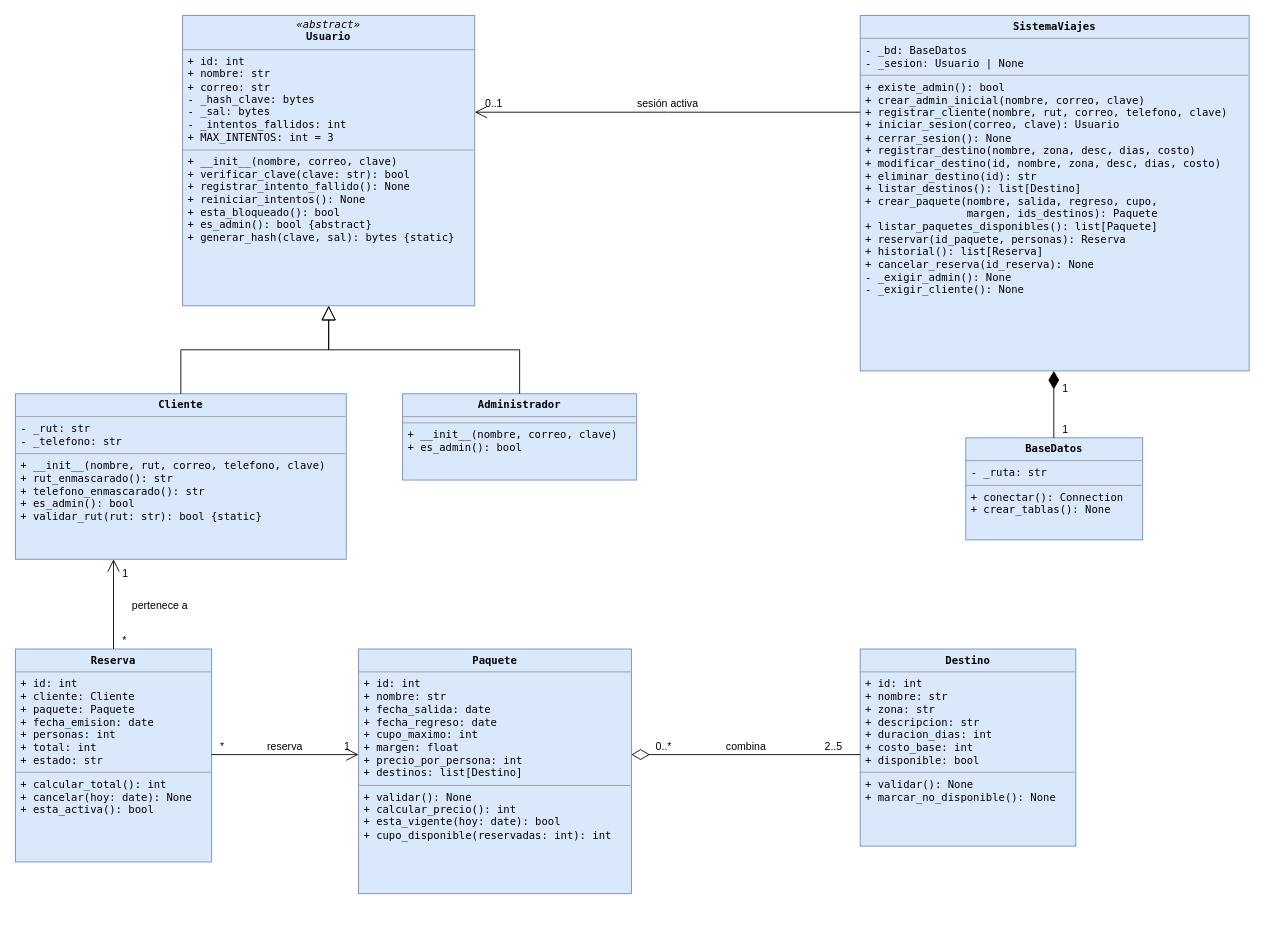
Earlier version of the draw.io diagram diagramas/Clases_ViajesAventura.drawio (claudiomedina01-debug/poo-viajes-aventura). Source tidied: cells renumbered, new cells numbered last; positions are measured from the earlier drawing's top-left corner, leaving out a move shared by most shapes. Both pictures are drawn from the tidied source at 88%, with x=0, y=0 at pixel (15, 15).
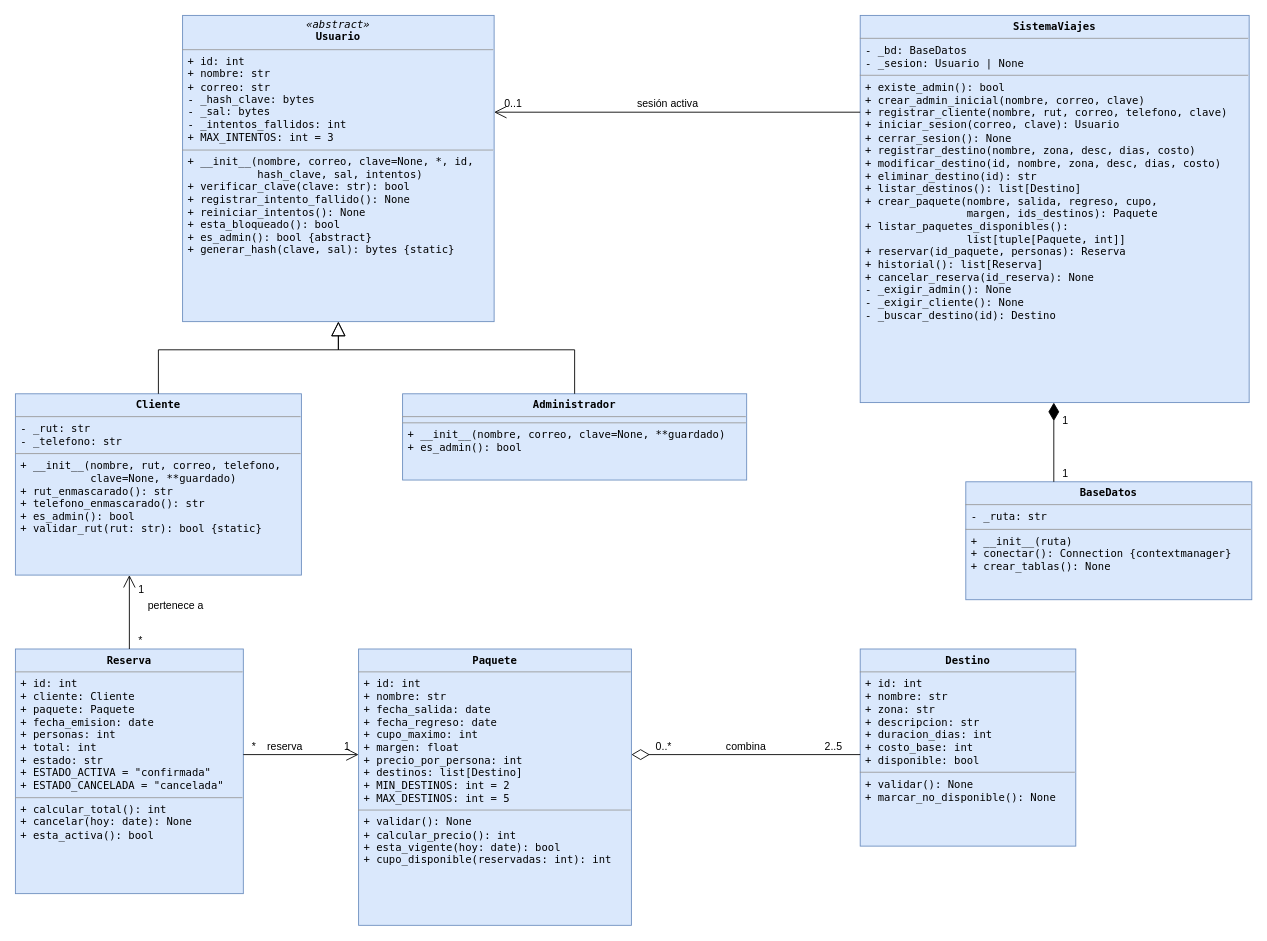
The same diagram, later.

Commit message (it also covers changes not shown here):
Diagrama de clases actualizado según el código

The change refers to these unchanged cells:
```xml
<mxCell id="9" value="&lt;p style=&quot;margin:0;margin-top:6px;text-align:center;&quot;&gt;&lt;b&gt;Destino&lt;/b&gt;&lt;/p&gt;&lt;hr size=&quot;1&quot;&gt;&lt;p style=&quot;margin:0;margin-left:6px;&quot;&gt;+ id: int&lt;br&gt;+ nombre: str&lt;br&gt;+ zona: str&lt;br&gt;+ descripcion: str&lt;br&gt;+ duracion_dias: int&lt;br&gt;+ costo_base: int&lt;br&gt;+ disponible: bool&lt;/p&gt;&lt;hr size=&quot;1&quot;&gt;&lt;p style=&quot;margin:0;margin-left:6px;&quot;&gt;+ validar(): None&lt;br&gt;+ marcar_no_disponible(): None&lt;/p&gt;" style="verticalAlign=top;align=left;overflow=fill;html=1;fontSize=12;fillColor=#dae8fc;strokeColor=#6c8ebf;fontFamily=DejaVu Sans Mono;" parent="1" vertex="1">
  <mxGeometry x="960" y="720" width="245" height="224" as="geometry" />
</mxCell>
```

What changed in the source:
```diff
@@
-    <mxCell id="2" value="&lt;p style=&quot;margin:0;margin-top:4px;text-align:center;&quot;&gt;&lt;i&gt;«abstract»&lt;/i&gt;&lt;br&gt;&lt;b&gt;Usuario&lt;/b&gt;&lt;/p&gt;&lt;hr size=&quot;1&quot;&gt;&lt;p style=&quot;margin:0;margin-left:6px;&quot;&gt;+ id: int&lt;br&gt;+ nombre: str&lt;br&gt;+ correo: str&lt;br&gt;- _hash_clave: bytes&lt;br&gt;- _sal: bytes&lt;br&gt;- _intentos_fallidos: int&lt;br&gt;+ MAX_INTENTOS: int = 3&lt;/p&gt;&lt;hr size=&quot;1&quot;&gt;&lt;p style=&quot;margin:0;margin-left:6px;&quot;&gt;+ __init__(nombre, correo, clave)&lt;br&gt;+ verificar_clave(clave: str): bool&lt;br&gt;+ registrar_intento_fallido(): None&lt;br&gt;+ reiniciar_intentos(): None&lt;br&gt;+ esta_bloqueado(): bool&lt;br&gt;+ es_admin(): bool {abstract}&lt;br&gt;+ generar_hash(clave, sal): bytes {static}&lt;/p&gt;" style="verticalAlign=top;align=left;overflow=fill;html=1;fontSize=12;fillColor=#dae8fc;strokeColor=#6c8ebf;fontFamily=DejaVu Sans Mono;" parent="1" vertex="1">
-      <mxGeometry x="190" width="332" height="330" as="geometry" />
+    <mxCell id="2" value="&lt;p style=&quot;margin:0;margin-top:4px;text-align:center;&quot;&gt;&lt;i&gt;«abstract»&lt;/i&gt;&lt;br&gt;&lt;b&gt;Usuario&lt;/b&gt;&lt;/p&gt;&lt;hr size=&quot;1&quot;&gt;&lt;p style=&quot;margin:0;margin-left:6px;&quot;&gt;+ id: int&lt;br&gt;+ nombre: str&lt;br&gt;+ correo: str&lt;br&gt;- _hash_clave: bytes&lt;br&gt;- _sal: bytes&lt;br&gt;- _intentos_fallidos: int&lt;br&gt;+ MAX_INTENTOS: int = 3&lt;/p&gt;&lt;hr size=&quot;1&quot;&gt;&lt;p style=&quot;margin:0;margin-left:6px;&quot;&gt;+ __init__(nombre, correo, clave=None, *, id,&lt;br&gt;           hash_clave, sal, intentos)&lt;br&gt;+ verificar_clave(clave: str): bool&lt;br&gt;+ registrar_intento_fallido(): None&lt;br&gt;+ reiniciar_intentos(): None&lt;br&gt;+ esta_bloqueado(): bool&lt;br&gt;+ es_admin(): bool {abstract}&lt;br&gt;+ generar_hash(clave, sal): bytes {static}&lt;/p&gt;" style="verticalAlign=top;align=left;overflow=fill;html=1;fontSize=12;fillColor=#dae8fc;strokeColor=#6c8ebf;fontFamily=DejaVu Sans Mono;" parent="1" vertex="1">
+      <mxGeometry x="190" width="354" height="348" as="geometry" />
     </mxCell>
-    <mxCell id="3" value="&lt;p style=&quot;margin:0;margin-top:6px;text-align:center;&quot;&gt;&lt;b&gt;Cliente&lt;/b&gt;&lt;/p&gt;&lt;hr size=&quot;1&quot;&gt;&lt;p style=&quot;margin:0;margin-left:6px;&quot;&gt;- _rut: str&lt;br&gt;- _telefono: str&lt;/p&gt;&lt;hr size=&quot;1&quot;&gt;&lt;p style=&quot;margin:0;margin-left:6px;&quot;&gt;+ __init__(nombre, rut, correo, telefono, clave)&lt;br&gt;+ rut_enmascarado(): str&lt;br&gt;+ telefono_enmascarado(): str&lt;br&gt;+ es_admin(): bool&lt;br&gt;+ validar_rut(rut: str): bool {static}&lt;/p&gt;" style="verticalAlign=top;align=left;overflow=fill;html=1;fontSize=12;fillColor=#dae8fc;strokeColor=#6c8ebf;fontFamily=DejaVu Sans Mono;" parent="1" vertex="1">
-      <mxGeometry y="430" width="376" height="188" as="geometry" />
+    <mxCell id="3" value="&lt;p style=&quot;margin:0;margin-top:6px;text-align:center;&quot;&gt;&lt;b&gt;Cliente&lt;/b&gt;&lt;/p&gt;&lt;hr size=&quot;1&quot;&gt;&lt;p style=&quot;margin:0;margin-left:6px;&quot;&gt;- _rut: str&lt;br&gt;- _telefono: str&lt;/p&gt;&lt;hr size=&quot;1&quot;&gt;&lt;p style=&quot;margin:0;margin-left:6px;&quot;&gt;+ __init__(nombre, rut, correo, telefono,&lt;br&gt;           clave=None, **guardado)&lt;br&gt;+ rut_enmascarado(): str&lt;br&gt;+ telefono_enmascarado(): str&lt;br&gt;+ es_admin(): bool&lt;br&gt;+ validar_rut(rut: str): bool {static}&lt;/p&gt;" style="verticalAlign=top;align=left;overflow=fill;html=1;fontSize=12;fillColor=#dae8fc;strokeColor=#6c8ebf;fontFamily=DejaVu Sans Mono;" parent="1" vertex="1">
+      <mxGeometry y="430" width="325" height="206" as="geometry" />
     </mxCell>
-    <mxCell id="4" value="&lt;p style=&quot;margin:0;margin-top:6px;text-align:center;&quot;&gt;&lt;b&gt;Administrador&lt;/b&gt;&lt;/p&gt;&lt;hr size=&quot;1&quot;&gt;&lt;p style=&quot;margin:0;margin-left:6px;&quot;&gt;&lt;/p&gt;&lt;hr size=&quot;1&quot;&gt;&lt;p style=&quot;margin:0;margin-left:6px;&quot;&gt;+ __init__(nombre, correo, clave)&lt;br&gt;+ es_admin(): bool&lt;/p&gt;" style="verticalAlign=top;align=left;overflow=fill;html=1;fontSize=12;fillColor=#dae8fc;strokeColor=#6c8ebf;fontFamily=DejaVu Sans Mono;" parent="1" vertex="1">
-      <mxGeometry x="440" y="430" width="266" height="98" as="geometry" />
+    <mxCell id="4" value="&lt;p style=&quot;margin:0;margin-top:6px;text-align:center;&quot;&gt;&lt;b&gt;Administrador&lt;/b&gt;&lt;/p&gt;&lt;hr size=&quot;1&quot;&gt;&lt;p style=&quot;margin:0;margin-left:6px;&quot;&gt;&lt;/p&gt;&lt;hr size=&quot;1&quot;&gt;&lt;p style=&quot;margin:0;margin-left:6px;&quot;&gt;+ __init__(nombre, correo, clave=None, **guardado)&lt;br&gt;+ es_admin(): bool&lt;/p&gt;" style="verticalAlign=top;align=left;overflow=fill;html=1;fontSize=12;fillColor=#dae8fc;strokeColor=#6c8ebf;fontFamily=DejaVu Sans Mono;" parent="1" vertex="1">
+      <mxGeometry x="440" y="430" width="391" height="98" as="geometry" />
     </mxCell>
-    <mxCell id="5" value="&lt;p style=&quot;margin:0;margin-top:6px;text-align:center;&quot;&gt;&lt;b&gt;SistemaViajes&lt;/b&gt;&lt;/p&gt;&lt;hr size=&quot;1&quot;&gt;&lt;p style=&quot;margin:0;margin-left:6px;&quot;&gt;- _bd: BaseDatos&lt;br&gt;- _sesion: Usuario | None&lt;/p&gt;&lt;hr size=&quot;1&quot;&gt;&lt;p style=&quot;margin:0;margin-left:6px;&quot;&gt;+ existe_admin(): bool&lt;br&gt;+ crear_admin_inicial(nombre, correo, clave)&lt;br&gt;+ registrar_cliente(nombre, rut, correo, telefono, clave)&lt;br&gt;+ iniciar_sesion(correo, clave): Usuario&lt;br&gt;+ cerrar_sesion(): None&lt;br&gt;+ registrar_destino(nombre, zona, desc, dias, costo)&lt;br&gt;+ modificar_destino(id, nombre, zona, desc, dias, costo)&lt;br&gt;+ eliminar_destino(id): str&lt;br&gt;+ listar_destinos(): list[Destino]&lt;br&gt;+ crear_paquete(nombre, salida, regreso, cupo,&lt;br&gt;                margen, ids_destinos): Paquete&lt;br&gt;+ listar_paquetes_disponibles(): list[Paquete]&lt;br&gt;+ reservar(id_paquete, personas): Reserva&lt;br&gt;+ historial(): list[Reserva]&lt;br&gt;+ cancelar_reserva(id_reserva): None&lt;br&gt;- _exigir_admin(): None&lt;br&gt;- _exigir_cliente(): None&lt;/p&gt;" style="verticalAlign=top;align=left;overflow=fill;html=1;fontSize=12;fillColor=#dae8fc;strokeColor=#6c8ebf;fontFamily=DejaVu Sans Mono;" parent="1" vertex="1">
-      <mxGeometry x="960" width="442" height="404" as="geometry" />
+    <mxCell id="5" value="&lt;p style=&quot;margin:0;margin-top:6px;text-align:center;&quot;&gt;&lt;b&gt;SistemaViajes&lt;/b&gt;&lt;/p&gt;&lt;hr size=&quot;1&quot;&gt;&lt;p style=&quot;margin:0;margin-left:6px;&quot;&gt;- _bd: BaseDatos&lt;br&gt;- _sesion: Usuario | None&lt;/p&gt;&lt;hr size=&quot;1&quot;&gt;&lt;p style=&quot;margin:0;margin-left:6px;&quot;&gt;+ existe_admin(): bool&lt;br&gt;+ crear_admin_inicial(nombre, correo, clave)&lt;br&gt;+ registrar_cliente(nombre, rut, correo, telefono, clave)&lt;br&gt;+ iniciar_sesion(correo, clave): Usuario&lt;br&gt;+ cerrar_sesion(): None&lt;br&gt;+ registrar_destino(nombre, zona, desc, dias, costo)&lt;br&gt;+ modificar_destino(id, nombre, zona, desc, dias, costo)&lt;br&gt;+ eliminar_destino(id): str&lt;br&gt;+ listar_destinos(): list[Destino]&lt;br&gt;+ crear_paquete(nombre, salida, regreso, cupo,&lt;br&gt;                margen, ids_destinos): Paquete&lt;br&gt;+ listar_paquetes_disponibles():&lt;br&gt;                list[tuple[Paquete, int]]&lt;br&gt;+ reservar(id_paquete, personas): Reserva&lt;br&gt;+ historial(): list[Reserva]&lt;br&gt;+ cancelar_reserva(id_reserva): None&lt;br&gt;- _exigir_admin(): None&lt;br&gt;- _exigir_cliente(): None&lt;br&gt;- _buscar_destino(id): Destino&lt;/p&gt;" style="verticalAlign=top;align=left;overflow=fill;html=1;fontSize=12;fillColor=#dae8fc;strokeColor=#6c8ebf;fontFamily=DejaVu Sans Mono;" parent="1" vertex="1">
+      <mxGeometry x="960" width="442" height="440" as="geometry" />
     </mxCell>
-    <mxCell id="6" value="&lt;p style=&quot;margin:0;margin-top:6px;text-align:center;&quot;&gt;&lt;b&gt;BaseDatos&lt;/b&gt;&lt;/p&gt;&lt;hr size=&quot;1&quot;&gt;&lt;p style=&quot;margin:0;margin-left:6px;&quot;&gt;- _ruta: str&lt;/p&gt;&lt;hr size=&quot;1&quot;&gt;&lt;p style=&quot;margin:0;margin-left:6px;&quot;&gt;+ conectar(): Connection&lt;br&gt;+ crear_tablas(): None&lt;/p&gt;" style="verticalAlign=top;align=left;overflow=fill;html=1;fontSize=12;fillColor=#dae8fc;strokeColor=#6c8ebf;fontFamily=DejaVu Sans Mono;" parent="1" vertex="1">
-      <mxGeometry x="1080" y="480" width="201" height="116" as="geometry" />
+    <mxCell id="6" value="&lt;p style=&quot;margin:0;margin-top:6px;text-align:center;&quot;&gt;&lt;b&gt;BaseDatos&lt;/b&gt;&lt;/p&gt;&lt;hr size=&quot;1&quot;&gt;&lt;p style=&quot;margin:0;margin-left:6px;&quot;&gt;- _ruta: str&lt;/p&gt;&lt;hr size=&quot;1&quot;&gt;&lt;p style=&quot;margin:0;margin-left:6px;&quot;&gt;+ __init__(ruta)&lt;br&gt;+ conectar(): Connection {contextmanager}&lt;br&gt;+ crear_tablas(): None&lt;/p&gt;" style="verticalAlign=top;align=left;overflow=fill;html=1;fontSize=12;fillColor=#dae8fc;strokeColor=#6c8ebf;fontFamily=DejaVu Sans Mono;" parent="1" vertex="1">
+      <mxGeometry x="1080" y="530" width="325" height="134" as="geometry" />
     </mxCell>
-    <mxCell id="7" value="&lt;p style=&quot;margin:0;margin-top:6px;text-align:center;&quot;&gt;&lt;b&gt;Reserva&lt;/b&gt;&lt;/p&gt;&lt;hr size=&quot;1&quot;&gt;&lt;p style=&quot;margin:0;margin-left:6px;&quot;&gt;+ id: int&lt;br&gt;+ cliente: Cliente&lt;br&gt;+ paquete: Paquete&lt;br&gt;+ fecha_emision: date&lt;br&gt;+ personas: int&lt;br&gt;+ total: int&lt;br&gt;+ estado: str&lt;/p&gt;&lt;hr size=&quot;1&quot;&gt;&lt;p style=&quot;margin:0;margin-left:6px;&quot;&gt;+ calcular_total(): int&lt;br&gt;+ cancelar(hoy: date): None&lt;br&gt;+ esta_activa(): bool&lt;/p&gt;" style="verticalAlign=top;align=left;overflow=fill;html=1;fontSize=12;fillColor=#dae8fc;strokeColor=#6c8ebf;fontFamily=DejaVu Sans Mono;" parent="1" vertex="1">
-      <mxGeometry y="720" width="223" height="242" as="geometry" />
+    <mxCell id="7" value="&lt;p style=&quot;margin:0;margin-top:6px;text-align:center;&quot;&gt;&lt;b&gt;Reserva&lt;/b&gt;&lt;/p&gt;&lt;hr size=&quot;1&quot;&gt;&lt;p style=&quot;margin:0;margin-left:6px;&quot;&gt;+ id: int&lt;br&gt;+ cliente: Cliente&lt;br&gt;+ paquete: Paquete&lt;br&gt;+ fecha_emision: date&lt;br&gt;+ personas: int&lt;br&gt;+ total: int&lt;br&gt;+ estado: str&lt;br&gt;+ ESTADO_ACTIVA = &amp;quot;confirmada&amp;quot;&lt;br&gt;+ ESTADO_CANCELADA = &amp;quot;cancelada&amp;quot;&lt;/p&gt;&lt;hr size=&quot;1&quot;&gt;&lt;p style=&quot;margin:0;margin-left:6px;&quot;&gt;+ calcular_total(): int&lt;br&gt;+ cancelar(hoy: date): None&lt;br&gt;+ esta_activa(): bool&lt;/p&gt;" style="verticalAlign=top;align=left;overflow=fill;html=1;fontSize=12;fillColor=#dae8fc;strokeColor=#6c8ebf;fontFamily=DejaVu Sans Mono;" parent="1" vertex="1">
+      <mxGeometry y="720" width="259" height="278" as="geometry" />
     </mxCell>
-    <mxCell id="8" value="&lt;p style=&quot;margin:0;margin-top:6px;text-align:center;&quot;&gt;&lt;b&gt;Paquete&lt;/b&gt;&lt;/p&gt;&lt;hr size=&quot;1&quot;&gt;&lt;p style=&quot;margin:0;margin-left:6px;&quot;&gt;+ id: int&lt;br&gt;+ nombre: str&lt;br&gt;+ fecha_salida: date&lt;br&gt;+ fecha_regreso: date&lt;br&gt;+ cupo_maximo: int&lt;br&gt;+ margen: float&lt;br&gt;+ precio_por_persona: int&lt;br&gt;+ destinos: list[Destino]&lt;/p&gt;&lt;hr size=&quot;1&quot;&gt;&lt;p style=&quot;margin:0;margin-left:6px;&quot;&gt;+ validar(): None&lt;br&gt;+ calcular_precio(): int&lt;br&gt;+ esta_vigente(hoy: date): bool&lt;br&gt;+ cupo_disponible(reservadas: int): int&lt;/p&gt;" style="verticalAlign=top;align=left;overflow=fill;html=1;fontSize=12;fillColor=#dae8fc;strokeColor=#6c8ebf;fontFamily=DejaVu Sans Mono;" parent="1" vertex="1">
-      <mxGeometry x="390" y="720" width="310" height="278" as="geometry" />
+    <mxCell id="8" value="&lt;p style=&quot;margin:0;margin-top:6px;text-align:center;&quot;&gt;&lt;b&gt;Paquete&lt;/b&gt;&lt;/p&gt;&lt;hr size=&quot;1&quot;&gt;&lt;p style=&quot;margin:0;margin-left:6px;&quot;&gt;+ id: int&lt;br&gt;+ nombre: str&lt;br&gt;+ fecha_salida: date&lt;br&gt;+ fecha_regreso: date&lt;br&gt;+ cupo_maximo: int&lt;br&gt;+ margen: float&lt;br&gt;+ precio_por_persona: int&lt;br&gt;+ destinos: list[Destino]&lt;br&gt;+ MIN_DESTINOS: int = 2&lt;br&gt;+ MAX_DESTINOS: int = 5&lt;/p&gt;&lt;hr size=&quot;1&quot;&gt;&lt;p style=&quot;margin:0;margin-left:6px;&quot;&gt;+ validar(): None&lt;br&gt;+ calcular_precio(): int&lt;br&gt;+ esta_vigente(hoy: date): bool&lt;br&gt;+ cupo_disponible(reservadas: int): int&lt;/p&gt;" style="verticalAlign=top;align=left;overflow=fill;html=1;fontSize=12;fillColor=#dae8fc;strokeColor=#6c8ebf;fontFamily=DejaVu Sans Mono;" parent="1" vertex="1">
+      <mxGeometry x="390" y="720" width="310" height="314" as="geometry" />
     </mxCell>
@@
     <mxCell id="10" style="edgeStyle=orthogonalEdgeStyle;rounded=0;html=1;endArrow=block;endFill=0;endSize=14;exitX=0.5;exitY=0;exitDx=0;exitDy=0;entryX=0.5;entryY=1;entryDx=0;entryDy=0;" parent="1" edge="1" source="3" target="2">
       <mxGeometry relative="1" as="geometry">
         <Array as="points">
-          <mxPoint x="188" y="380" />
-          <mxPoint x="356" y="380" />
+          <mxPoint x="162.5" y="380" />
+          <mxPoint x="367" y="380" />
         </Array>
       </mxGeometry>
     </mxCell>
     <mxCell id="11" style="edgeStyle=orthogonalEdgeStyle;rounded=0;html=1;endArrow=block;endFill=0;endSize=14;exitX=0.5;exitY=0;exitDx=0;exitDy=0;entryX=0.5;entryY=1;entryDx=0;entryDy=0;" parent="1" edge="1" source="4" target="2">
       <mxGeometry relative="1" as="geometry">
         <Array as="points">
-          <mxPoint x="573" y="380" />
-          <mxPoint x="356" y="380" />
+          <mxPoint x="635.5" y="380" />
+          <mxPoint x="367" y="380" />
         </Array>
       </mxGeometry>
     </mxCell>
-    <mxCell id="12" style="edgeStyle=orthogonalEdgeStyle;rounded=0;html=1;endArrow=open;endSize=12;exitX=0;exitY=0.2722772277227723;exitDx=0;exitDy=0;entryX=1;entryY=0.3333333333333333;entryDx=0;entryDy=0;" parent="1" edge="1" source="5" target="2">
+    <mxCell id="12" style="edgeStyle=orthogonalEdgeStyle;rounded=0;html=1;endArrow=open;endSize=12;exitX=0;exitY=0.25;exitDx=0;exitDy=0;entryX=1;entryY=0.3160919540229885;entryDx=0;entryDy=0;" parent="1" edge="1" source="5" target="2">
       <mxGeometry relative="1" as="geometry" />
     </mxCell>
-    <mxCell id="13" style="edgeStyle=orthogonalEdgeStyle;rounded=0;html=1;startArrow=diamondThin;startFill=1;startSize=18;endArrow=none;exitX=0.497737556561086;exitY=1;exitDx=0;exitDy=0;entryX=0.4975124378109453;entryY=0;entryDx=0;entryDy=0;" parent="1" edge="1" source="5" target="6">
+    <mxCell id="13" style="edgeStyle=orthogonalEdgeStyle;rounded=0;html=1;startArrow=diamondThin;startFill=1;startSize=18;endArrow=none;exitX=0.497737556561086;exitY=1;exitDx=0;exitDy=0;entryX=0.3076923076923077;entryY=0;entryDx=0;entryDy=0;" parent="1" edge="1" source="5" target="6">
       <mxGeometry relative="1" as="geometry" />
     </mxCell>
-    <mxCell id="14" style="edgeStyle=orthogonalEdgeStyle;rounded=0;html=1;endArrow=open;endSize=12;exitX=0.5;exitY=0;exitDx=0;exitDy=0;entryX=0.29654255319148937;entryY=1;entryDx=0;entryDy=0;" parent="1" edge="1" source="7" target="3">
+    <mxCell id="14" style="edgeStyle=orthogonalEdgeStyle;rounded=0;html=1;endArrow=open;endSize=12;exitX=0.5;exitY=0;exitDx=0;exitDy=0;entryX=0.3984615384615385;entryY=1;entryDx=0;entryDy=0;" parent="1" edge="1" source="7" target="3">
       <mxGeometry relative="1" as="geometry" />
     </mxCell>
-    <mxCell id="15" style="edgeStyle=orthogonalEdgeStyle;rounded=0;html=1;endArrow=open;endSize=12;exitX=1;exitY=0.49586776859504134;exitDx=0;exitDy=0;entryX=0;entryY=0.4316546762589928;entryDx=0;entryDy=0;" parent="1" edge="1" source="7" target="8">
+    <mxCell id="15" style="edgeStyle=orthogonalEdgeStyle;rounded=0;html=1;endArrow=open;endSize=12;exitX=1;exitY=0.4316546762589928;exitDx=0;exitDy=0;entryX=0;entryY=0.3821656050955414;entryDx=0;entryDy=0;" parent="1" edge="1" source="7" target="8">
       <mxGeometry relative="1" as="geometry" />
     </mxCell>
-    <mxCell id="16" style="edgeStyle=orthogonalEdgeStyle;rounded=0;html=1;startArrow=diamondThin;startFill=0;startSize=18;endArrow=none;exitX=1;exitY=0.4316546762589928;exitDx=0;exitDy=0;entryX=0;entryY=0.5357142857142857;entryDx=0;entryDy=0;" parent="1" edge="1" source="8" target="9">
+    <mxCell id="16" style="edgeStyle=orthogonalEdgeStyle;rounded=0;html=1;startArrow=diamondThin;startFill=0;startSize=18;endArrow=none;exitX=1;exitY=0.3821656050955414;exitDx=0;exitDy=0;entryX=0;entryY=0.5357142857142857;entryDx=0;entryDy=0;" parent="1" edge="1" source="8" target="9">
       <mxGeometry relative="1" as="geometry" />
     </mxCell>
     <mxCell id="17" value="0..1" style="text;html=1;fontSize=12;align=left;verticalAlign=middle;" parent="1" vertex="1">
-      <mxGeometry x="532" y="92" width="38" height="18" as="geometry" />
+      <mxGeometry x="554" y="92" width="38" height="18" as="geometry" />
     </mxCell>
@@
     <mxCell id="19" value="1" style="text;html=1;fontSize=12;align=left;verticalAlign=middle;" parent="1" vertex="1">
-      <mxGeometry x="1188" y="416" width="17" height="18" as="geometry" />
+      <mxGeometry x="1188" y="452" width="17" height="18" as="geometry" />
     </mxCell>
     <mxCell id="20" value="1" style="text;html=1;fontSize=12;align=left;verticalAlign=middle;" parent="1" vertex="1">
-      <mxGeometry x="1188" y="462" width="17" height="18" as="geometry" />
+      <mxGeometry x="1188" y="512" width="17" height="18" as="geometry" />
     </mxCell>
     <mxCell id="21" value="*" style="text;html=1;fontSize=12;align=left;verticalAlign=middle;" parent="1" vertex="1">
-      <mxGeometry x="120" y="702" width="17" height="18" as="geometry" />
+      <mxGeometry x="138" y="702" width="17" height="18" as="geometry" />
     </mxCell>
     <mxCell id="22" value="1" style="text;html=1;fontSize=12;align=left;verticalAlign=middle;" parent="1" vertex="1">
-      <mxGeometry x="120" y="626" width="17" height="18" as="geometry" />
+      <mxGeometry x="138" y="644" width="17" height="18" as="geometry" />
     </mxCell>
     <mxCell id="23" value="pertenece a" style="text;html=1;fontSize=12;align=center;verticalAlign=middle;" parent="1" vertex="1">
-      <mxGeometry x="120" y="662" width="87" height="18" as="geometry" />
+      <mxGeometry x="138" y="662" width="87" height="18" as="geometry" />
     </mxCell>
     <mxCell id="24" value="*" style="text;html=1;fontSize=12;align=left;verticalAlign=middle;" parent="1" vertex="1">
-      <mxGeometry x="231" y="822" width="17" height="18" as="geometry" />
+      <mxGeometry x="267" y="822" width="17" height="18" as="geometry" />
     </mxCell>
```
